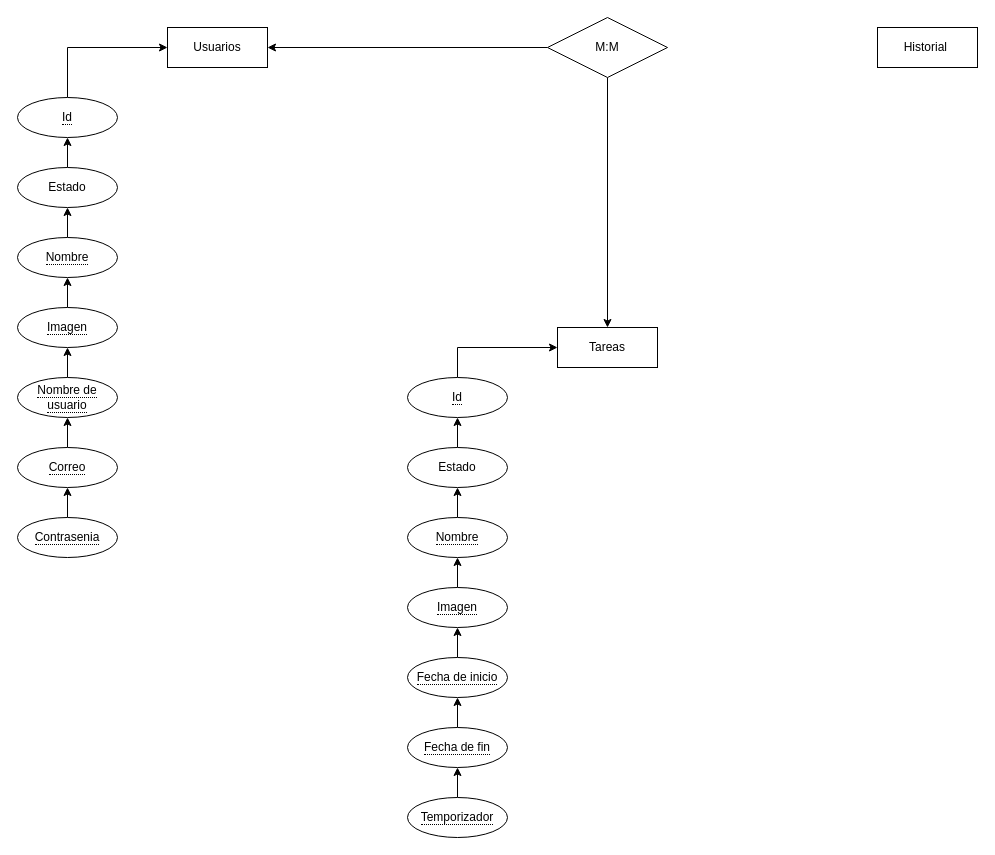
Earlier version of the draw.io diagram gestorTareas.drawio (luisferllub230/SistemaGestorTareas). Source tidied: cells renumbered, new cells numbered last; positions are measured from the earlier drawing's top-left corner, leaving out a move shared by most shapes. Both pictures are drawn from the tidied source at 100%, with x=0, y=0 at pixel (17, 17).
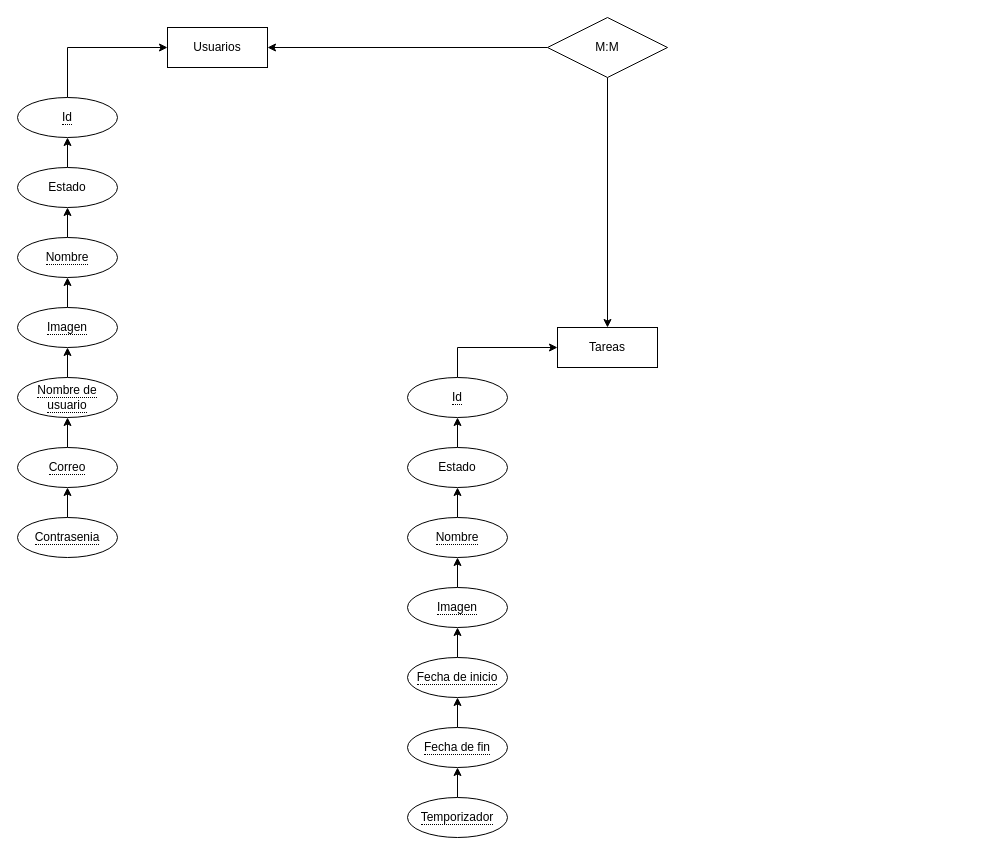
The same page after the edit.

Diff of the diagram source:
```diff
@@
-    <mxCell id="4" value="Historial&amp;nbsp;" style="whiteSpace=wrap;html=1;align=center;" parent="1" vertex="1">
-      <mxGeometry x="860" y="10" width="100" height="40" as="geometry" />
-    </mxCell>
```
